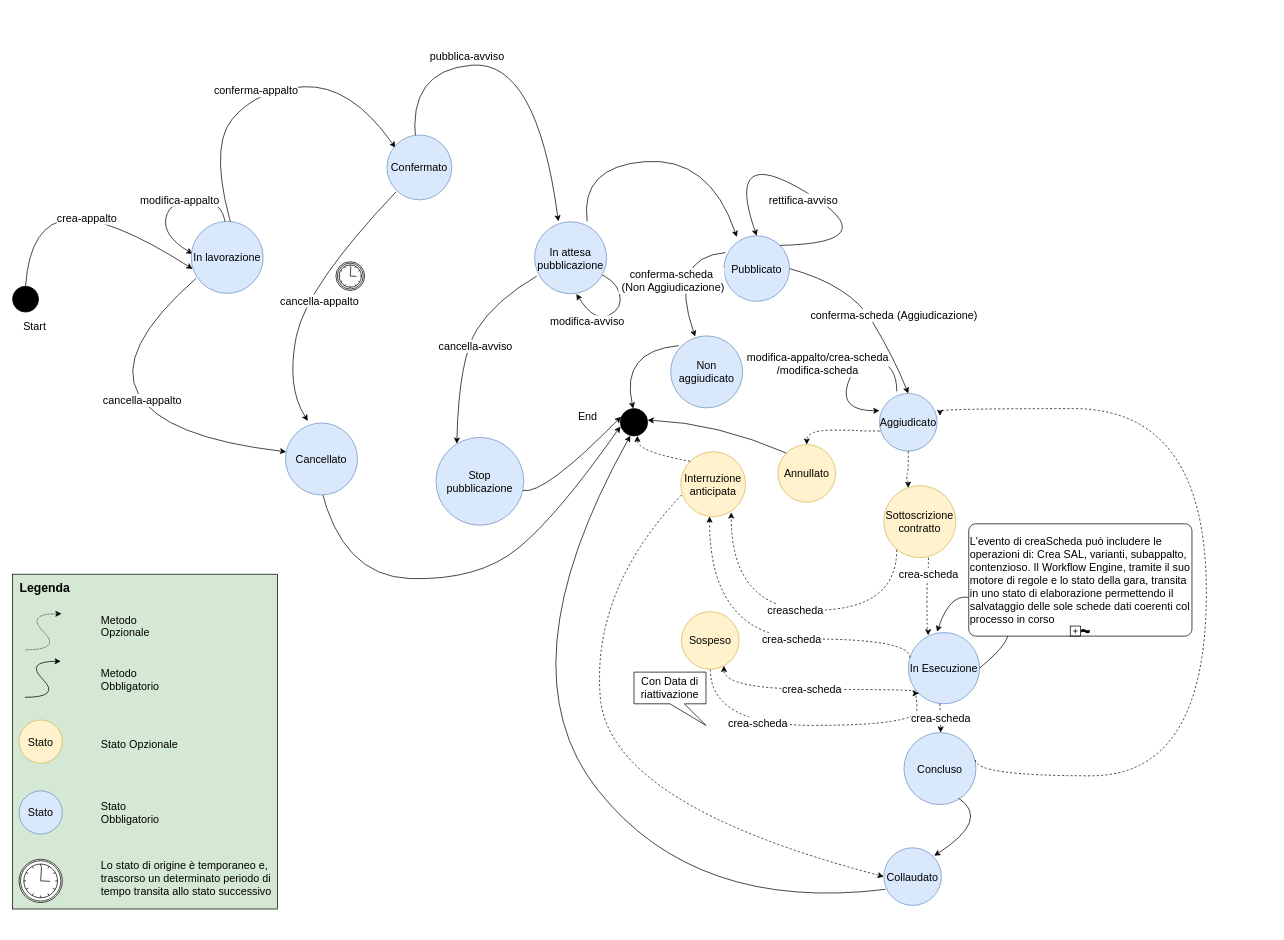
Before: docs/diagrammi-drawio/diagramma-stati-appalto.drawio in anticorruzione/npa, a draw.io diagram. Source tidied: cells renumbered, new cells numbered last; positions are measured from the earlier drawing's top-left corner, leaving out a move shared by most shapes. Both pictures are drawn from the tidied source at 72%, with x=0, y=0 at pixel (12, 60).
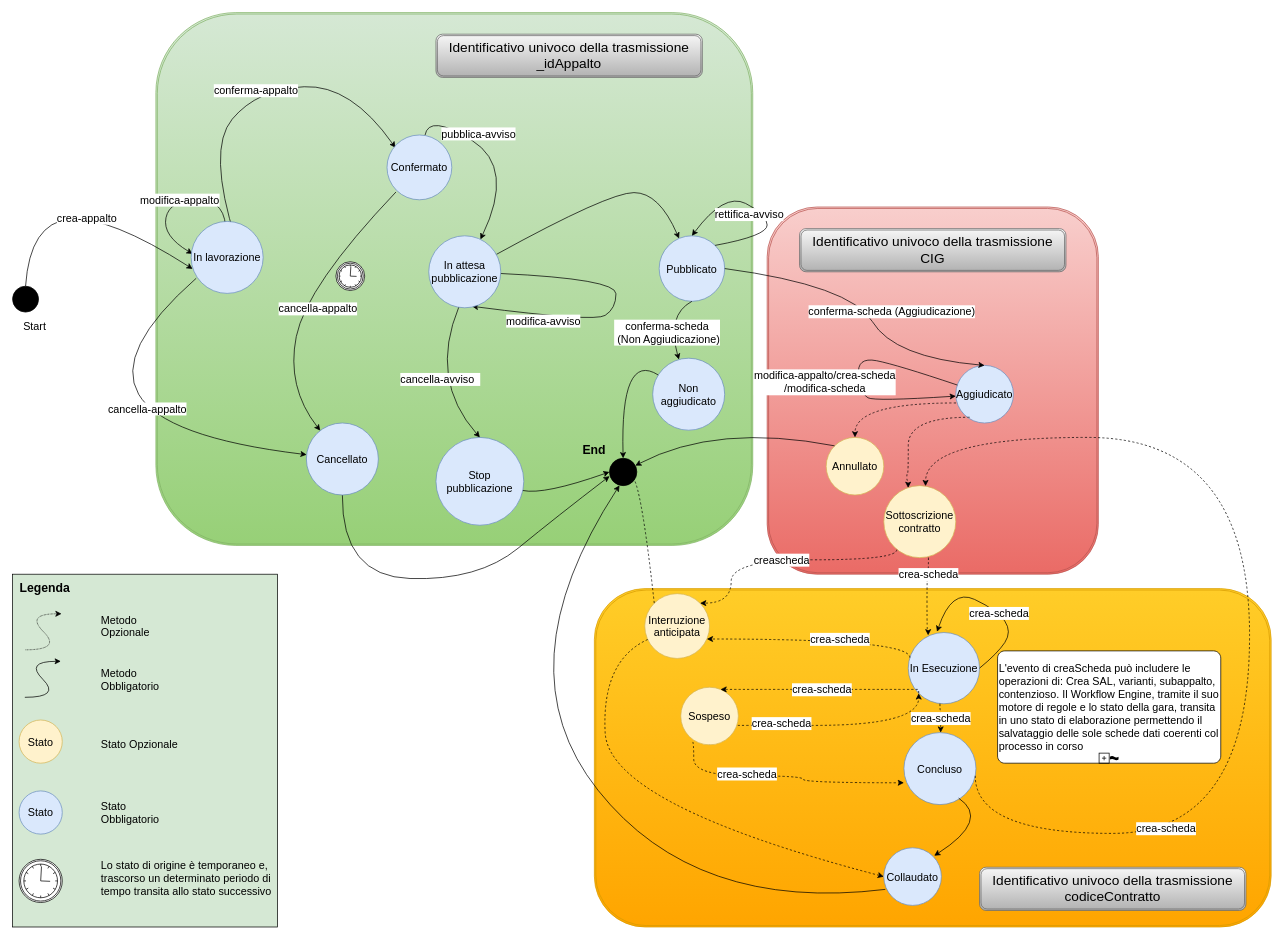
The same diagram, later.

Unchanged cells that the change refers to:
```xml
<mxCell id="5" value="Stop pubblicazione" style="ellipse;whiteSpace=wrap;html=1;fillColor=#dae8fc;strokeColor=#6c8ebf;fontSize=15;" parent="1" vertex="1">
  <mxGeometry x="588" y="524" width="122" height="122" as="geometry" />
</mxCell>
<mxCell id="9" value="Collaudato" style="ellipse;whiteSpace=wrap;html=1;fillColor=#dae8fc;strokeColor=#6c8ebf;fontSize=15;" parent="1" vertex="1">
  <mxGeometry x="1210" y="1094" width="80" height="80" as="geometry" />
</mxCell>
<mxCell id="24" value="In lavorazione" style="ellipse;whiteSpace=wrap;html=1;fillColor=#dae8fc;strokeColor=#6c8ebf;fontSize=15;" parent="1" vertex="1">
  <mxGeometry x="248" y="224" width="100" height="100" as="geometry" />
</mxCell>
<mxCell id="25" value="Confermato" style="ellipse;whiteSpace=wrap;html=1;fillColor=#dae8fc;strokeColor=#6c8ebf;fontSize=15;" parent="1" vertex="1">
  <mxGeometry x="520" y="104" width="90" height="90" as="geometry" />
</mxCell>
<mxCell id="36" value="Sottoscrizione contratto" style="ellipse;whiteSpace=wrap;html=1;fillColor=#fff2cc;strokeColor=#d6b656;fontSize=15;" parent="1" vertex="1">
  <mxGeometry x="1210" y="591" width="100" height="100" as="geometry" />
</mxCell>
<mxCell id="37" value="In Esecuzione" style="ellipse;whiteSpace=wrap;html=1;fillColor=#dae8fc;strokeColor=#6c8ebf;fontSize=15;" parent="1" vertex="1">
  <mxGeometry x="1244" y="795" width="99" height="99" as="geometry" />
</mxCell>
<mxCell id="46" value="Concluso" style="ellipse;whiteSpace=wrap;html=1;fillColor=#dae8fc;strokeColor=#6c8ebf;fontSize=15;" parent="1" vertex="1">
  <mxGeometry x="1238" y="934" width="100" height="100" as="geometry" />
</mxCell>
```

Diff of the diagram source:
```diff
@@
+    <mxCell id="69" style="shape=ext;double=1;rounded=1;whiteSpace=wrap;html=1;fillColor=#d5e8d4;strokeColor=#82b366;gradientColor=#97d077;" parent="1" vertex="1">
+      <mxGeometry x="199" y="-66" width="829" height="740" as="geometry" />
+    </mxCell>
+    <mxCell id="70" style="shape=ext;double=1;rounded=1;whiteSpace=wrap;html=1;fillColor=#f8cecc;strokeColor=#b85450;gradientColor=#ea6b66;" parent="1" vertex="1">
+      <mxGeometry x="1048" y="204" width="460" height="510" as="geometry" />
+    </mxCell>
+    <mxCell id="71" style="shape=ext;double=1;rounded=1;whiteSpace=wrap;html=1;fillColor=#ffcd28;strokeColor=#d79b00;gradientColor=#ffa500;" parent="1" vertex="1">
+      <mxGeometry x="808" y="734" width="940" height="470" as="geometry" />
+    </mxCell>
@@
     <mxCell id="4" value="Pubblicato" style="ellipse;whiteSpace=wrap;html=1;fillColor=#dae8fc;strokeColor=#6c8ebf;fontSize=15;" parent="1" vertex="1">
-      <mxGeometry x="988" y="244" width="91" height="91" as="geometry" />
+      <mxGeometry x="898" y="244" width="91" height="91" as="geometry" />
     </mxCell>
@@
     <mxCell id="6" style="ellipse;whiteSpace=wrap;html=1;labelBackgroundColor=none;fillColor=#000000;fontSize=15;" parent="1" vertex="1">
-      <mxGeometry x="844" y="484" width="38" height="38" as="geometry" />
+      <mxGeometry x="829" y="553" width="38" height="38" as="geometry" />
     </mxCell>
-    <mxCell id="7" value="End" style="text;html=1;strokeColor=none;fillColor=none;align=center;verticalAlign=middle;whiteSpace=wrap;rounded=0;fontSize=15;" parent="1" vertex="1">
-      <mxGeometry x="769" y="484" width="60" height="20" as="geometry" />
+    <mxCell id="7" value="End" style="text;html=1;strokeColor=none;fillColor=none;align=center;verticalAlign=middle;whiteSpace=wrap;rounded=0;fontSize=17;fontStyle=1;" parent="1" vertex="1">
+      <mxGeometry x="778" y="533" width="60" height="20" as="geometry" />
     </mxCell>
     <mxCell id="8" value="Aggiudicato" style="ellipse;whiteSpace=wrap;html=1;fillColor=#dae8fc;strokeColor=#6c8ebf;fontSize=15;" parent="1" vertex="1">
-      <mxGeometry x="1204" y="463" width="80" height="80" as="geometry" />
+      <mxGeometry x="1310" y="424" width="80" height="80" as="geometry" />
     </mxCell>
@@
-    <mxCell id="12" value="cancella-appalto" style="curved=1;endArrow=classic;html=1;rounded=0;exitX=0.07;exitY=0.79;exitDx=0;exitDy=0;exitPerimeter=0;entryX=0;entryY=0.5;entryDx=0;entryDy=0;fontSize=15;" parent="1" edge="1" source="24">
+    <mxCell id="12" value="cancella-appalto" style="curved=1;endArrow=classic;html=1;rounded=0;exitX=0.07;exitY=0.79;exitDx=0;exitDy=0;exitPerimeter=0;fontSize=15;" parent="1" edge="1" source="24" target="27">
       <mxGeometry relative="1" as="geometry">
-        <mxPoint x="380" y="544" as="targetPoint" />
         <Array as="points">
           <mxPoint x="140" y="404" />
           <mxPoint x="210" y="524" />
         </Array>
       </mxGeometry>
     </mxCell>
-    <mxCell id="13" value="cancella-appalto" style="curved=1;endArrow=classic;html=1;rounded=0;entryX=0.375;entryY=-0.037;entryDx=0;entryDy=0;entryPerimeter=0;fontSize=15;" parent="1" edge="1">
+    <mxCell id="13" value="cancella-appalto" style="curved=1;endArrow=classic;html=1;rounded=0;fontSize=15;" parent="1" edge="1" target="27">
       <mxGeometry x="0.04" y="22" relative="1" as="geometry">
         <mxPoint x="532.5" y="183.1" as="sourcePoint" />
-        <mxPoint x="410" y="501" as="targetPoint" />
         <Array as="points">
           <mxPoint x="408" y="314" />
           <mxPoint x="380" y="454" />
         </Array>
       </mxGeometry>
     </mxCell>
@@
-    <mxCell id="15" value="modifica-avviso" style="curved=1;endArrow=classic;html=1;rounded=0;fontSize=15;" parent="1" edge="1">
+    <mxCell id="15" value="modifica-avviso" style="curved=1;endArrow=classic;html=1;rounded=0;fontSize=15;entryX=0.601;entryY=0.979;entryDx=0;entryDy=0;entryPerimeter=0;" parent="1" edge="1" source="26" target="26">
       <mxGeometry x="0.5" y="8" relative="1" as="geometry">
-        <mxPoint x="808" y="294" as="sourcePoint" />
-        <mxPoint x="783" y="324.8" as="targetPoint" />
         <Array as="points">
           <mxPoint x="838" y="304" />
-          <mxPoint x="848" y="345" />
+          <mxPoint x="838" y="345" />
           <mxPoint x="808" y="364" />
         </Array>
         <mxPoint x="-1" y="-1" as="offset" />
       </mxGeometry>
     </mxCell>
-    <mxCell id="16" value="pubblica-avviso" style="curved=1;endArrow=classic;html=1;rounded=0;exitX=0.5;exitY=0;exitDx=0;exitDy=0;fontSize=15;" parent="1" edge="1">
+    <mxCell id="16" value="pubblica-avviso" style="curved=1;endArrow=classic;html=1;rounded=0;fontSize=15;" parent="1" edge="1" source="25" target="26">
       <mxGeometry x="-0.27" y="13" relative="1" as="geometry">
-        <mxPoint x="560" y="114" as="sourcePoint" />
-        <mxPoint x="758" y="224" as="targetPoint" />
         <Array as="points">
-          <mxPoint x="548" y="14" />
-          <mxPoint x="728" />
+          <mxPoint x="578" y="74" />
+          <mxPoint x="698" y="149" />
         </Array>
       </mxGeometry>
     </mxCell>
     <mxCell id="17" value="rettifica-avviso" style="curved=1;endArrow=classic;html=1;rounded=0;exitX=1;exitY=0;exitDx=0;exitDy=0;fontSize=15;entryX=0.5;entryY=0;entryDx=0;entryDy=0;" parent="1" edge="1" source="4" target="4">
       <mxGeometry x="0.02" y="11" relative="1" as="geometry">
         <Array as="points">
-          <mxPoint x="1218" y="254" />
-          <mxPoint x="988" y="114" />
+          <mxPoint x="1048" y="244" />
+          <mxPoint x="1048" y="214" />
+          <mxPoint x="988" y="184" />
         </Array>
         <mxPoint x="-1" as="offset" />
       </mxGeometry>
     </mxCell>
-    <mxCell id="18" style="curved=1;endArrow=classic;html=1;rounded=0;entryX=0.196;entryY=0.017;entryDx=0;entryDy=0;entryPerimeter=0;fontSize=15;" parent="1" edge="1" target="4">
+    <mxCell id="18" style="curved=1;endArrow=classic;html=1;rounded=0;fontSize=15;" parent="1" edge="1" source="26" target="4">
       <mxGeometry relative="1" as="geometry">
-        <mxPoint x="798" y="224" as="sourcePoint" />
         <Array as="points">
-          <mxPoint x="788" y="148" />
-          <mxPoint x="968" y="134" />
+          <mxPoint x="828" y="184" />
+          <mxPoint x="898" y="184" />
         </Array>
       </mxGeometry>
     </mxCell>
-    <mxCell id="19" value="&lt;font style=&quot;font-size: 15px;&quot;&gt;cancella-avviso &lt;/font&gt;&amp;nbsp;" style="curved=1;endArrow=classic;html=1;rounded=0;exitX=-0.012;exitY=0.7;exitDx=0;exitDy=0;exitPerimeter=0;fontSize=15;entryX=0.237;entryY=0.072;entryDx=0;entryDy=0;entryPerimeter=0;" parent="1" edge="1" target="5">
+    <mxCell id="19" value="&lt;font style=&quot;font-size: 15px;&quot;&gt;cancella-avviso &lt;/font&gt;&amp;nbsp;" style="curved=1;endArrow=classic;html=1;rounded=0;exitX=0.42;exitY=0.982;exitDx=0;exitDy=0;exitPerimeter=0;fontSize=15;entryX=0.5;entryY=0;entryDx=0;entryDy=0;" parent="1" edge="1" source="26" target="5">
       <mxGeometry x="-0.05" y="14" relative="1" as="geometry">
-        <mxPoint x="728" y="300" as="sourcePoint" />
         <Array as="points">
-          <mxPoint x="670" y="334" />
-          <mxPoint x="620" y="414" />
+          <mxPoint x="578" y="444" />
         </Array>
       </mxGeometry>
     </mxCell>
@@
-    <mxCell id="22" style="curved=1;endArrow=classic;html=1;rounded=0;fontSize=15;entryX=0.003;entryY=0.653;entryDx=0;entryDy=0;entryPerimeter=0;" parent="1" edge="1" target="6">
+    <mxCell id="22" style="curved=1;endArrow=classic;html=1;rounded=0;fontSize=15;entryX=0.003;entryY=0.653;entryDx=0;entryDy=0;entryPerimeter=0;exitX=0.5;exitY=1;exitDx=0;exitDy=0;" parent="1" edge="1" source="27" target="6">
       <mxGeometry relative="1" as="geometry">
-        <mxPoint x="427.7" y="592" as="sourcePoint" />
         <Array as="points">
           <mxPoint x="457" y="717" />
           <mxPoint x="647" y="723" />
           <mxPoint x="757" y="633" />
         </Array>
       </mxGeometry>
     </mxCell>
@@
     <mxCell id="26" value="In attesa pubblicazione" style="ellipse;whiteSpace=wrap;html=1;fillColor=#dae8fc;strokeColor=#6c8ebf;fontSize=15;" parent="1" vertex="1">
-      <mxGeometry x="725" y="224.5" width="100" height="100" as="geometry" />
+      <mxGeometry x="578" y="244" width="100" height="100" as="geometry" />
     </mxCell>
     <mxCell id="27" value="Cancellato" style="ellipse;whiteSpace=wrap;html=1;fillColor=#dae8fc;strokeColor=#6c8ebf;fontSize=15;" parent="1" vertex="1">
-      <mxGeometry x="379" y="504" width="100" height="100" as="geometry" />
+      <mxGeometry x="408" y="504" width="100" height="100" as="geometry" />
     </mxCell>
     <mxCell id="28" value="crea-scheda" style="edgeStyle=orthogonalEdgeStyle;rounded=0;jettySize=auto;html=1;exitX=0.5;exitY=1;exitDx=0;exitDy=0;entryX=0;entryY=1;entryDx=0;entryDy=0;dashed=1;curved=1;fontSize=15;fontColor=#000000;" parent="1" edge="1" source="29" target="37">
       <mxGeometry x="-0.3" y="3" relative="1" as="geometry">
         <Array as="points">
           <mxPoint x="969" y="924" />
-          <mxPoint x="1256" y="924" />
+          <mxPoint x="1258" y="924" />
+          <mxPoint x="1258" y="880" />
         </Array>
       </mxGeometry>
     </mxCell>
     <mxCell id="29" value="Sospeso" style="ellipse;whiteSpace=wrap;html=1;fillColor=#fff2cc;strokeColor=#d6b656;fontSize=15;" parent="1" vertex="1">
-      <mxGeometry x="929" y="766" width="80" height="80" as="geometry" />
+      <mxGeometry x="928" y="871" width="80" height="80" as="geometry" />
     </mxCell>
     <mxCell id="30" value="Interruzione anticipata" style="ellipse;whiteSpace=wrap;html=1;fillColor=#fff2cc;strokeColor=#d6b656;fontSize=15;" parent="1" vertex="1">
-      <mxGeometry x="928" y="544" width="90" height="90" as="geometry" />
+      <mxGeometry x="878" y="741" width="90" height="90" as="geometry" />
     </mxCell>
-    <mxCell id="31" value="modifica-appalto/crea-scheda&lt;br style=&quot;font-size: 15px;&quot;&gt;/modifica-scheda" style="curved=1;endArrow=classic;html=1;rounded=0;fontSize=15;" parent="1" edge="1">
+    <mxCell id="31" value="modifica-appalto/crea-scheda&lt;br style=&quot;font-size: 15px;&quot;&gt;/modifica-scheda" style="curved=1;endArrow=classic;html=1;rounded=0;fontSize=15;" parent="1" edge="1" source="8" target="8">
       <mxGeometry x="0.06" y="-48" relative="1" as="geometry">
-        <mxPoint x="1228" y="460" as="sourcePoint" />
-        <mxPoint x="1204" y="487" as="targetPoint" />
         <Array as="points">
           <mxPoint x="1228" y="423" />
           <mxPoint x="1172" y="412" />
-          <mxPoint x="1148" y="487" />
+          <mxPoint x="1178" y="464" />
+          <mxPoint x="1198" y="474" />
         </Array>
         <mxPoint y="-1" as="offset" />
       </mxGeometry>
     </mxCell>
@@
     <mxCell id="33" value="Non aggiudicato" style="ellipse;whiteSpace=wrap;html=1;fillColor=#dae8fc;strokeColor=#6c8ebf;fontSize=15;" parent="1" vertex="1">
-      <mxGeometry x="914" y="383" width="100" height="100" as="geometry" />
+      <mxGeometry x="889" y="414" width="100" height="100" as="geometry" />
     </mxCell>
-    <mxCell id="34" style="curved=1;endArrow=classic;html=1;rounded=0;fontSize=15;exitX=0.022;exitY=0.256;exitDx=0;exitDy=0;exitPerimeter=0;" parent="1" edge="1" source="4">
+    <mxCell id="34" style="curved=1;endArrow=classic;html=1;rounded=0;fontSize=15;exitX=0.5;exitY=1;exitDx=0;exitDy=0;" parent="1" edge="1" source="4" target="33">
       <mxGeometry relative="1" as="geometry">
-        <mxPoint x="948" y="384" as="targetPoint" />
         <Array as="points">
-          <mxPoint x="910" y="274" />
+          <mxPoint x="908" y="354" />
         </Array>
       </mxGeometry>
     </mxCell>
@@
-    <mxCell id="38" style="curved=1;endArrow=classic;html=1;rounded=0;fontSize=15;exitX=-0.096;exitY=0.281;exitDx=0;exitDy=0;exitPerimeter=0;" parent="1" edge="1">
+    <mxCell id="38" style="curved=1;endArrow=classic;html=1;rounded=0;fontSize=15;entryX=0.5;entryY=0;entryDx=0;entryDy=0;" parent="1" edge="1" source="33" target="6">
       <mxGeometry relative="1" as="geometry">
-        <mxPoint x="925.3" y="396.5" as="sourcePoint" />
-        <mxPoint x="862" y="484" as="targetPoint" />
         <Array as="points">
           <mxPoint x="844" y="404" />
         </Array>
       </mxGeometry>
     </mxCell>
-    <mxCell id="39" style="curved=1;endArrow=classic;html=1;rounded=0;fontSize=15;exitX=1;exitY=0.5;exitDx=0;exitDy=0;" parent="1" edge="1" source="37">
+    <mxCell id="39" value="crea-scheda" style="curved=1;endArrow=classic;html=1;rounded=0;fontSize=15;exitX=1;exitY=0.5;exitDx=0;exitDy=0;" parent="1" edge="1" source="37">
       <mxGeometry x="-0.16" relative="1" as="geometry">
         <mxPoint x="1284" y="794" as="targetPoint" />
         <Array as="points">
           <mxPoint x="1368" y="824" />
           <mxPoint x="1388" y="794" />
           <mxPoint x="1368" y="764" />
           <mxPoint x="1304" y="734" />
         </Array>
       </mxGeometry>
     </mxCell>
     <mxCell id="40" value="Annullato" style="ellipse;whiteSpace=wrap;html=1;fillColor=#fff2cc;strokeColor=#d6b656;fontSize=15;" parent="1" vertex="1">
-      <mxGeometry x="1063" y="534" width="80" height="80" as="geometry" />
+      <mxGeometry x="1130" y="524" width="80" height="80" as="geometry" />
     </mxCell>
@@
-    <mxCell id="43" value="creascheda" style="edgeStyle=orthogonalEdgeStyle;curved=1;rounded=0;jettySize=auto;html=1;dashed=1;fontSize=15;entryX=0.778;entryY=0.935;entryDx=0;entryDy=0;entryPerimeter=0;" parent="1" edge="1" target="30">
+    <mxCell id="43" value="creascheda" style="edgeStyle=orthogonalEdgeStyle;curved=1;rounded=0;jettySize=auto;html=1;dashed=1;fontSize=15;entryX=1;entryY=0;entryDx=0;entryDy=0;" parent="1" edge="1" target="30">
       <mxGeometry relative="1" as="geometry">
         <mxPoint x="1228" y="680" as="sourcePoint" />
         <Array as="points">
-          <mxPoint x="1228" y="764" />
-          <mxPoint x="998" y="764" />
+          <mxPoint x="1228" y="694" />
+          <mxPoint x="998" y="694" />
+          <mxPoint x="998" y="754" />
         </Array>
       </mxGeometry>
     </mxCell>
@@
-    <mxCell id="48" style="curved=1;endArrow=classic;html=1;rounded=0;fontSize=15;exitX=0;exitY=0;exitDx=0;exitDy=0;" parent="1" edge="1" source="40">
+    <mxCell id="48" style="curved=1;endArrow=classic;html=1;rounded=0;fontSize=15;exitX=0;exitY=0;exitDx=0;exitDy=0;" parent="1" edge="1" source="40" target="6">
       <mxGeometry x="0.5" y="8" relative="1" as="geometry">
-        <mxPoint x="882" y="500" as="targetPoint" />
         <Array as="points">
           <mxPoint x="978" y="504" />
         </Array>
         <mxPoint x="-1" y="-1" as="offset" />
       </mxGeometry>
     </mxCell>
-    <mxCell id="49" style="edgeStyle=orthogonalEdgeStyle;rounded=0;jettySize=auto;html=1;exitX=0.992;exitY=0.381;exitDx=0;exitDy=0;dashed=1;curved=1;fontSize=15;exitPerimeter=0;" parent="1" edge="1" source="46">
+    <mxCell id="49" style="edgeStyle=orthogonalEdgeStyle;rounded=0;jettySize=auto;html=1;dashed=1;curved=1;fontSize=15;" parent="1" edge="1" source="46" target="36">
       <mxGeometry relative="1" as="geometry">
-        <mxPoint x="1288" y="494" as="targetPoint" />
         <Array as="points">
-          <mxPoint x="1337" y="994" />
-          <mxPoint x="1658" y="994" />
-          <mxPoint x="1658" y="484" />
-          <mxPoint x="1288" y="484" />
+          <mxPoint x="1337" y="1074" />
+          <mxPoint x="1718" y="1074" />
+          <mxPoint x="1718" y="524" />
+          <mxPoint x="1268" y="524" />
         </Array>
       </mxGeometry>
     </mxCell>
+    <mxCell id="72" value="crea-scheda" style="edgeLabel;html=1;align=center;verticalAlign=middle;fontSize=15;" parent="49" vertex="1">
+      <mxGeometry x="-0.55" y="8" relative="1" as="geometry">
+        <mxPoint x="1" as="offset" />
+      </mxGeometry>
+    </mxCell>
@@
-    <mxCell id="51" style="edgeStyle=orthogonalEdgeStyle;curved=1;rounded=0;jettySize=auto;html=1;dashed=1;fontSize=15;entryX=0.338;entryY=0.031;entryDx=0;entryDy=0;entryPerimeter=0;" parent="1" edge="1" target="36">
+    <mxCell id="51" style="edgeStyle=orthogonalEdgeStyle;curved=1;rounded=0;jettySize=auto;html=1;dashed=1;fontSize=15;entryX=0.338;entryY=0.031;entryDx=0;entryDy=0;entryPerimeter=0;exitX=0.241;exitY=0.9;exitDx=0;exitDy=0;exitPerimeter=0;" parent="1" edge="1" source="8" target="36">
       <mxGeometry relative="1" as="geometry">
-        <mxPoint x="1244" y="543" as="sourcePoint" />
         <Array as="points">
+          <mxPoint x="1244" y="496" />
           <mxPoint x="1244" y="574" />
           <mxPoint x="1242" y="574" />
           <mxPoint x="1242" y="584" />
           <mxPoint x="1244" y="584" />
         </Array>
       </mxGeometry>
     </mxCell>
     <mxCell id="52" style="rounded=0;whiteSpace=wrap;html=1;strokeColor=#000000;align=left;fontSize=15;fillColor=#D5E8D4;" parent="1" vertex="1">
-      <mxGeometry y="714" width="368" height="465" as="geometry" />
+      <mxGeometry y="714" width="368" height="490" as="geometry" />
     </mxCell>
@@
-    <mxCell id="63" style="curved=1;endArrow=classic;html=1;rounded=0;fontSize=15;entryX=1.267;entryY=0.567;entryDx=0;entryDy=0;entryPerimeter=0;" parent="1" edge="1" source="5" target="7">
+    <mxCell id="63" style="curved=1;endArrow=classic;html=1;rounded=0;fontSize=15;entryX=0;entryY=0.5;entryDx=0;entryDy=0;" parent="1" edge="1" source="5" target="6">
       <mxGeometry relative="1" as="geometry">
         <Array as="points">
           <mxPoint x="738" y="604" />
         </Array>
       </mxGeometry>
     </mxCell>
-    <mxCell id="64" value="Con Data di riattivazione" style="shape=callout;whiteSpace=wrap;html=1;perimeter=calloutPerimeter;fontColor=#000000;position2=1;fontSize=15;" parent="1" vertex="1">
-      <mxGeometry x="863" y="850" width="100" height="74" as="geometry" />
-    </mxCell>
-    <mxCell id="65" style="curved=1;endArrow=classic;html=1;rounded=0;entryX=0;entryY=0.5;entryDx=0;entryDy=0;fontSize=15;dashed=1;" parent="1" edge="1" target="9">
+    <mxCell id="65" style="curved=1;endArrow=classic;html=1;rounded=0;entryX=0;entryY=0.5;entryDx=0;entryDy=0;fontSize=15;dashed=1;" parent="1" edge="1" source="30" target="9">
       <mxGeometry x="0.04" y="22" relative="1" as="geometry">
-        <mxPoint x="929" y="604" as="sourcePoint" />
         <Array as="points">
-          <mxPoint x="804.4" y="734.9" />
+          <mxPoint x="818" y="834" />
           <mxPoint x="828" y="1034" />
         </Array>
       </mxGeometry>
     </mxCell>
     <mxCell id="66" value="L'evento di creaScheda può includere le operazioni di: Crea SAL, varianti, subappalto, contenzioso. Il Workflow Engine, tramite il suo motore di regole e lo stato della gara, transita in uno stato di elaborazione permettendo il salvataggio delle sole schede dati coerenti col processo in corso" style="shape=mxgraph.bpmn.task;whiteSpace=wrap;rectStyle=rounded;size=10;html=1;taskMarker=abstract;isAdHoc=1;isLoopSub=1;align=left;fontSize=15;" parent="1" vertex="1">
-      <mxGeometry x="1328" y="644" width="310" height="156" as="geometry" />
+      <mxGeometry x="1368" y="820.5" width="310" height="156" as="geometry" />
     </mxCell>
@@
+    <mxCell id="73" value="crea-scheda" style="edgeStyle=orthogonalEdgeStyle;rounded=0;jettySize=auto;html=1;exitX=0.206;exitY=0.95;exitDx=0;exitDy=0;entryX=0;entryY=0.697;entryDx=0;entryDy=0;dashed=1;curved=1;fontSize=15;fontColor=#000000;exitPerimeter=0;entryPerimeter=0;" parent="1" edge="1" source="29" target="46">
+      <mxGeometry x="-0.3" y="3" relative="1" as="geometry">
+        <Array as="points">
+          <mxPoint x="946" y="994" />
+          <mxPoint x="1098" y="994" />
+          <mxPoint x="1098" y="1004" />
+        </Array>
+      </mxGeometry>
+    </mxCell>
+    <mxCell id="74" value="&lt;font style=&quot;font-size: 19px;&quot;&gt;Identificativo univoco della trasmissione&lt;br&gt;_idAppalto&lt;/font&gt;" style="shape=ext;double=1;rounded=1;whiteSpace=wrap;html=1;fillColor=#f5f5f5;strokeColor=#666666;gradientColor=#b3b3b3;" parent="1" vertex="1">
+      <mxGeometry x="588" y="-36" width="370" height="60" as="geometry" />
+    </mxCell>
+    <mxCell id="75" value="&lt;font style=&quot;font-size: 19px;&quot;&gt;Identificativo univoco della trasmissione&lt;br&gt;codiceContratto&lt;/font&gt;" style="shape=ext;double=1;rounded=1;whiteSpace=wrap;html=1;fillColor=#f5f5f5;strokeColor=#666666;gradientColor=#b3b3b3;" parent="1" vertex="1">
+      <mxGeometry x="1343" y="1121" width="370" height="60" as="geometry" />
+    </mxCell>
+    <mxCell id="76" value="&lt;font style=&quot;font-size: 19px;&quot;&gt;Identificativo univoco della trasmissione&lt;br&gt;CIG&lt;/font&gt;" style="shape=ext;double=1;rounded=1;whiteSpace=wrap;html=1;fillColor=#f5f5f5;strokeColor=#666666;gradientColor=#b3b3b3;" parent="1" vertex="1">
+      <mxGeometry x="1093" y="234" width="370" height="60" as="geometry" />
+    </mxCell>
```
